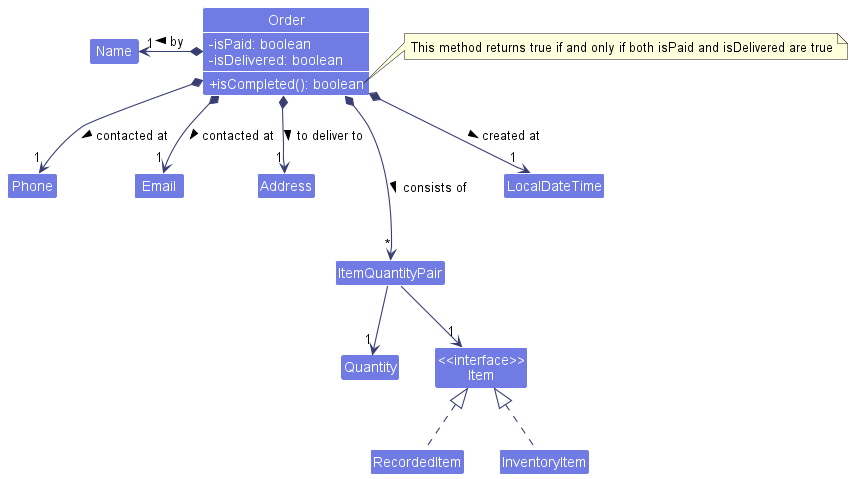
nus-cs2103-AY2223S1/tp keeps this PlantUML diagram as docs/images/developer-guide/OrderClassDiagram.png. Above is the earlier version.
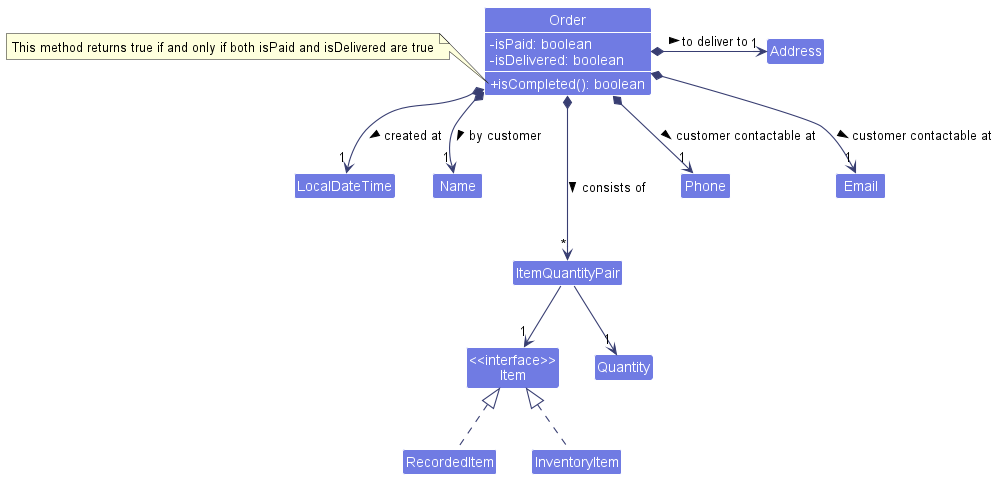
Later version of the same file.

Commit message:
Add AddOrderState0 diagram

The edit, as a diff of the source:
```diff
@@ -10,27 +10,27 @@
     - isDelivered: boolean
     + isCompleted(): boolean
 }
+Class LocalDateTime
 Class Name
-Class Phone
-Class Email
-Class Address
 Class ItemQuantityPair
-Class LocalDateTime
-Class Quantity
 Class "<<interface>>\nItem" as Item
 Class RecordedItem implements Item
 Class InventoryItem implements Item
+Class Quantity
+Class Address
+Class Phone
+Class Email
 
-Order *-left> "1" Name: by >
-Order *--> "1" Phone: contacted at >
-Order *--> "1" Email: contacted at >
-Order *--> "1" Address: to deliver to >
+Order *--> "1" Name: by customer >
+Order *--> "1" Phone: customer contactable at >
+Order *--> "1" Email: customer contactable at >
+Order *--right> "1" Address: to deliver to >
 Order *--> "1" LocalDateTime: created at >
 Order *---> "*" ItemQuantityPair : consists of >
 ItemQuantityPair --> "1" Item
 ItemQuantityPair --> "1" Quantity
 
-note right of Order::"isCompleted()"
+note left of Order::"isCompleted()"
     This method returns true if and only if both isPaid and isDelivered are true
 end note
 @enduml
```
